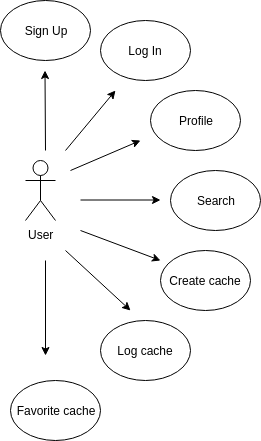
Earlier version of the draw.io export staff/nestor-llorens/skycaching/doc/img/use_cases.png (b00tc4mp/skylab-bootcamp-201907). Source tidied: cells renumbered, new cells last; positions are measured from the earlier drawing's top-left corner, leaving out a move shared by most shapes.
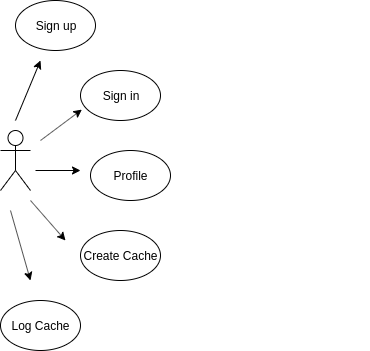
The same file after the commit.

Diff of the diagram source:
```diff
@@ -2,71 +2,55 @@
   <root>
     <mxCell id="0" />
     <mxCell id="1" parent="0" />
-    <mxCell id="2" value="User&lt;br&gt;" style="shape=umlActor;verticalLabelPosition=bottom;labelBackgroundColor=#ffffff;verticalAlign=top;html=1;" parent="1" vertex="1">
-      <mxGeometry x="25" y="160" width="30" height="60" as="geometry" />
-    </mxCell>
-    <mxCell id="3" value="Sign Up" style="ellipse;whiteSpace=wrap;html=1;" parent="1" vertex="1">
-      <mxGeometry width="90" height="60" as="geometry" />
-    </mxCell>
-    <mxCell id="4" value="Log In" style="ellipse;whiteSpace=wrap;html=1;" parent="1" vertex="1">
-      <mxGeometry x="100" y="20" width="90" height="60" as="geometry" />
-    </mxCell>
+    <mxCell id="17" style="shape=umlActor;verticalLabelPosition=bottom;labelBackgroundColor=#ffffff;verticalAlign=top;html=1;" parent="1" vertex="1">
+      <mxGeometry x="60" y="70" width="30" height="60" as="geometry" />
+    </mxCell>
+    <mxCell id="18" value="Sign up" style="ellipse;whiteSpace=wrap;html=1;" parent="1" vertex="1">
+      <mxGeometry x="75" y="-60" width="80" height="50" as="geometry" />
+    </mxCell>
+    <mxCell id="19" value="Sign in" style="ellipse;whiteSpace=wrap;html=1;" parent="1" vertex="1">
+      <mxGeometry x="140" y="10" width="80" height="50" as="geometry" />
+    </mxCell>
     <mxCell id="5" value="Profile" style="ellipse;whiteSpace=wrap;html=1;" parent="1" vertex="1">
-      <mxGeometry x="150" y="90" width="90" height="60" as="geometry" />
+      <mxGeometry x="150" y="90" width="80" height="50" as="geometry" />
     </mxCell>
-    <mxCell id="6" value="Search" style="ellipse;whiteSpace=wrap;html=1;" parent="1" vertex="1">
-      <mxGeometry x="170" y="170" width="90" height="60" as="geometry" />
-    </mxCell>
-    <mxCell id="7" value="Create cache" style="ellipse;whiteSpace=wrap;html=1;" parent="1" vertex="1">
-      <mxGeometry x="160" y="250" width="90" height="60" as="geometry" />
-    </mxCell>
-    <mxCell id="8" value="Log cache" style="ellipse;whiteSpace=wrap;html=1;" parent="1" vertex="1">
-      <mxGeometry x="100" y="320" width="90" height="60" as="geometry" />
-    </mxCell>
-    <mxCell id="9" value="Favorite cache" style="ellipse;whiteSpace=wrap;html=1;" parent="1" vertex="1">
-      <mxGeometry x="10" y="380" width="90" height="60" as="geometry" />
-    </mxCell>
-    <mxCell id="10" style="endArrow=classic;html=1;" parent="1" edge="1">
-      <mxGeometry relative="1" as="geometry">
-        <mxPoint x="45" y="150" as="sourcePoint" />
-        <mxPoint x="44.5" y="70" as="targetPoint" />
-      </mxGeometry>
-    </mxCell>
-    <mxCell id="11" style="endArrow=classic;html=1;" parent="1" edge="1">
-      <mxGeometry relative="1" as="geometry">
-        <mxPoint x="65" y="150" as="sourcePoint" />
-        <mxPoint x="115" y="90" as="targetPoint" />
-      </mxGeometry>
-    </mxCell>
-    <mxCell id="12" style="endArrow=classic;html=1;" parent="1" edge="1">
-      <mxGeometry relative="1" as="geometry">
-        <mxPoint x="70" y="170" as="sourcePoint" />
-        <mxPoint x="140" y="140" as="targetPoint" />
-      </mxGeometry>
-    </mxCell>
-    <mxCell id="13" style="endArrow=classic;html=1;" parent="1" edge="1">
-      <mxGeometry relative="1" as="geometry">
-        <mxPoint x="80" y="199.5" as="sourcePoint" />
-        <mxPoint x="160" y="199.5" as="targetPoint" />
-      </mxGeometry>
-    </mxCell>
-    <mxCell id="14" style="endArrow=classic;html=1;" parent="1" edge="1">
-      <mxGeometry relative="1" as="geometry">
-        <mxPoint x="80" y="230" as="sourcePoint" />
-        <mxPoint x="160" y="260" as="targetPoint" />
-      </mxGeometry>
-    </mxCell>
-    <mxCell id="15" style="endArrow=classic;html=1;" parent="1" edge="1">
-      <mxGeometry relative="1" as="geometry">
-        <mxPoint x="65" y="250" as="sourcePoint" />
-        <mxPoint x="130" y="310" as="targetPoint" />
-      </mxGeometry>
-    </mxCell>
-    <mxCell id="16" style="endArrow=classic;html=1;" parent="1" edge="1">
-      <mxGeometry relative="1" as="geometry">
-        <mxPoint x="45" y="260" as="sourcePoint" />
-        <mxPoint x="45" y="355" as="targetPoint" />
-      </mxGeometry>
-    </mxCell>
+    <mxCell id="20" value="Create Cache" style="ellipse;whiteSpace=wrap;html=1;" parent="1" vertex="1">
+      <mxGeometry x="140" y="170" width="80" height="50" as="geometry" />
+    </mxCell>
+    <mxCell id="21" value="Log Cache" style="ellipse;whiteSpace=wrap;html=1;" parent="1" vertex="1">
+      <mxGeometry x="60" y="240" width="80" height="50" as="geometry" />
+    </mxCell>
+    <mxCell id="22" style="endArrow=classic;html=1;" parent="1" edge="1">
+      <mxGeometry relative="1" as="geometry">
+        <mxPoint x="75" y="60" as="sourcePoint" />
+        <mxPoint x="100" as="targetPoint" />
+      </mxGeometry>
+    </mxCell>
+    <mxCell id="23" style="endArrow=classic;html=1;entryX=0.017;entryY=0.782;entryDx=0;entryDy=0;entryPerimeter=0;" parent="1" edge="1" target="19">
+      <mxGeometry relative="1" as="geometry">
+        <mxPoint x="100" y="80" as="sourcePoint" />
+      </mxGeometry>
+    </mxCell>
+    <mxCell id="24" style="endArrow=classic;html=1;" parent="1" edge="1">
+      <mxGeometry relative="1" as="geometry">
+        <mxPoint x="95" y="110" as="sourcePoint" />
+        <mxPoint x="140" y="110" as="targetPoint" />
+      </mxGeometry>
+    </mxCell>
+    <mxCell id="25" style="endArrow=classic;html=1;" parent="1" edge="1">
+      <mxGeometry relative="1" as="geometry">
+        <mxPoint x="90" y="140" as="sourcePoint" />
+        <mxPoint x="125" y="180" as="targetPoint" />
+      </mxGeometry>
+    </mxCell>
+    <mxCell id="26" value="&lt;span style=&quot;font-family: &amp;#34;helvetica&amp;#34; , &amp;#34;arial&amp;#34; , sans-serif ; font-size: 0px&quot;&gt;%3CmxGraphModel%3E%3Croot%3E%3CmxCell%20id%3D%220%22%2F%3E%3CmxCell%20id%3D%221%22%20parent%3D%220%22%2F%3E%3CmxCell%20id%3D%222%22%20value%3D%22%22%20style%3D%22endArrow%3Dclassic%3Bhtml%3D1%3B%22%20edge%3D%221%22%20parent%3D%221%22%3E%3CmxGeometry%20width%3D%2250%22%20height%3D%2250%22%20relative%3D%221%22%20as%3D%22geometry%22%3E%3CmxPoint%20x%3D%2280%22%20y%3D%22250%22%20as%3D%22sourcePoint%22%2F%3E%3CmxPoint%20x%3D%22115%22%20y%3D%22290%22%20as%3D%22targetPoint%22%2F%3E%3C%2FmxGeometry%3E%3C%2FmxCell%3E%3C%2Froot%3E%3C%2FmxGraphModel%3E&lt;/span&gt;" style="text;html=1;align=left;verticalAlign=top;spacingTop=-4;" parent="1" vertex="1">
+      <mxGeometry x="409" y="134" width="20" height="20" as="geometry" />
+    </mxCell>
+    <mxCell id="27" style="endArrow=classic;html=1;" parent="1" edge="1">
+      <mxGeometry relative="1" as="geometry">
+        <mxPoint x="70" y="150" as="sourcePoint" />
+        <mxPoint x="90" y="220" as="targetPoint" />
+      </mxGeometry>
+    </mxCell>
   </root>
 </mxGraphModel>
```
